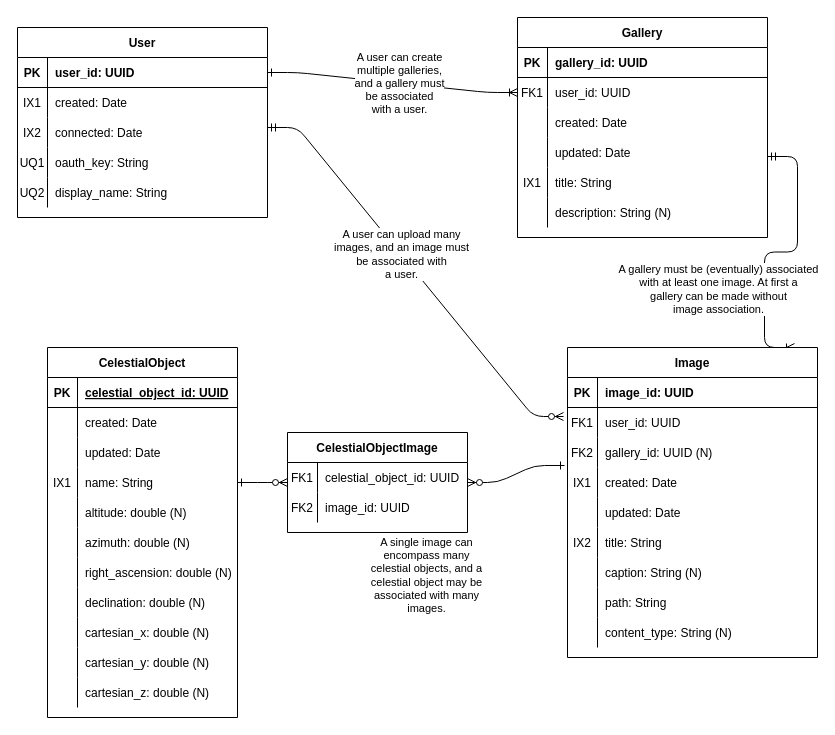
The draw.io diagram docs/work/erd.drawio in north-star-sharing/north-star-sharing.github.io, before the edit. Source tidied: cells renumbered, new cells numbered last; positions are measured from the earlier drawing's top-left corner, leaving out a move shared by most shapes. Both pictures are drawn from the tidied source at 100%, with x=0, y=0 at pixel (17, 17).
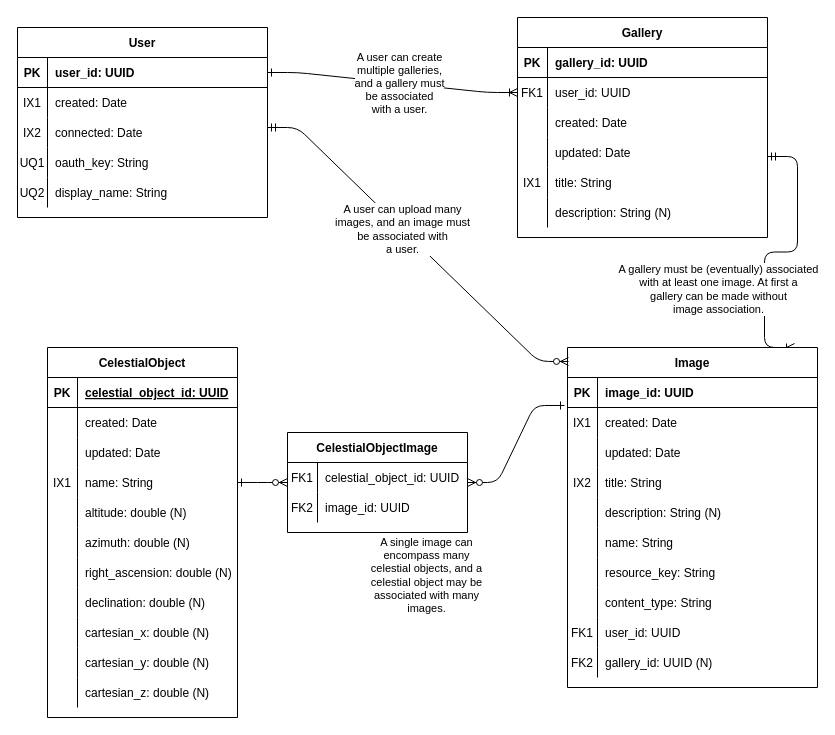
The same diagram, later.

What changed in the source:
```diff
@@
     <mxCell id="25" value="Image" style="shape=table;startSize=30;childLayout=tableLayout;rowLines=0;fontStyle=1;align=center;" parent="1" vertex="1">
-      <mxGeometry x="550" y="330" width="250" height="310" as="geometry" />
+      <mxGeometry x="550" y="330" width="250" height="340" as="geometry" />
     </mxCell>
@@
-    <mxCell id="29" style="shape=partialRectangle;fillColor=none;points=[[0,0.5],[1,0.5]];portConstraint=eastwest;top=0;left=0;right=0;bottom=0;" parent="25" vertex="1">
-      <mxGeometry y="60" width="250" height="30" as="geometry" />
-    </mxCell>
-    <mxCell id="30" value="FK1" style="shape=partialRectangle;overflow=hidden;fillColor=none;top=0;left=0;bottom=0;right=0;" parent="29" vertex="1">
-      <mxGeometry width="30" height="30" as="geometry" />
-    </mxCell>
-    <mxCell id="31" value="user_id: UUID" style="shape=partialRectangle;overflow=hidden;fillColor=none;top=0;left=0;bottom=0;right=0;align=left;spacingLeft=6;" parent="29" vertex="1">
-      <mxGeometry x="30" width="220" height="30" as="geometry" />
-    </mxCell>
-    <mxCell id="32" style="shape=partialRectangle;fillColor=none;top=0;left=0;right=0;bottom=0;" parent="25" vertex="1">
-      <mxGeometry y="90" width="250" height="30" as="geometry" />
-    </mxCell>
-    <mxCell id="33" value="FK2" style="shape=partialRectangle;overflow=hidden;fillColor=none;top=0;left=0;bottom=0;right=0;" parent="32" vertex="1">
-      <mxGeometry width="30" height="30" as="geometry" />
-    </mxCell>
-    <mxCell id="34" value="gallery_id: UUID (N)" style="shape=partialRectangle;overflow=hidden;fillColor=none;top=0;left=0;bottom=0;right=0;align=left;spacingLeft=6;" parent="32" vertex="1">
-      <mxGeometry x="30" width="220" height="30" as="geometry" />
-    </mxCell>
     <mxCell id="35" style="shape=partialRectangle;fillColor=none;points=[[0,0.5],[1,0.5]];portConstraint=eastwest;top=0;left=0;right=0;bottom=0;" parent="25" vertex="1">
-      <mxGeometry y="120" width="250" height="30" as="geometry" />
+      <mxGeometry y="60" width="250" height="30" as="geometry" />
     </mxCell>
@@
     <mxCell id="38" style="shape=partialRectangle;fillColor=none;top=0;left=0;right=0;bottom=0;" parent="25" vertex="1">
-      <mxGeometry y="150" width="250" height="30" as="geometry" />
+      <mxGeometry y="90" width="250" height="30" as="geometry" />
     </mxCell>
@@
     <mxCell id="41" style="shape=partialRectangle;fillColor=none;top=0;left=0;right=0;bottom=0;" parent="25" vertex="1">
-      <mxGeometry y="180" width="250" height="30" as="geometry" />
+      <mxGeometry y="120" width="250" height="30" as="geometry" />
     </mxCell>
@@
     <mxCell id="44" style="shape=partialRectangle;fillColor=none;top=0;left=0;right=0;bottom=0;" parent="25" vertex="1">
-      <mxGeometry y="210" width="250" height="30" as="geometry" />
+      <mxGeometry y="150" width="250" height="30" as="geometry" />
     </mxCell>
@@
-    <mxCell id="46" value="caption: String (N)" style="shape=partialRectangle;overflow=hidden;fillColor=none;top=0;left=0;bottom=0;right=0;align=left;spacingLeft=6;" parent="44" vertex="1">
+    <mxCell id="46" value="description: String (N)" style="shape=partialRectangle;overflow=hidden;fillColor=none;top=0;left=0;bottom=0;right=0;align=left;spacingLeft=6;" parent="44" vertex="1">
       <mxGeometry x="30" width="220" height="30" as="geometry" />
     </mxCell>
     <mxCell id="47" style="shape=partialRectangle;fillColor=none;top=0;left=0;right=0;bottom=0;" parent="25" vertex="1">
-      <mxGeometry y="240" width="250" height="30" as="geometry" />
+      <mxGeometry y="180" width="250" height="30" as="geometry" />
     </mxCell>
@@
-    <mxCell id="49" value="path: String" style="shape=partialRectangle;overflow=hidden;fillColor=none;top=0;left=0;bottom=0;right=0;align=left;spacingLeft=6;" parent="47" vertex="1">
+    <mxCell id="49" value="name: String" style="shape=partialRectangle;overflow=hidden;fillColor=none;top=0;left=0;bottom=0;right=0;align=left;spacingLeft=6;" parent="47" vertex="1">
       <mxGeometry x="30" width="220" height="30" as="geometry" />
     </mxCell>
+    <mxCell id="115" style="shape=partialRectangle;fillColor=none;top=0;left=0;right=0;bottom=0;" parent="25" vertex="1">
+      <mxGeometry y="210" width="250" height="30" as="geometry" />
+    </mxCell>
+    <mxCell id="116" style="shape=partialRectangle;overflow=hidden;fillColor=none;top=0;left=0;bottom=0;right=0;" parent="115" vertex="1">
+      <mxGeometry width="30" height="30" as="geometry" />
+    </mxCell>
+    <mxCell id="117" value="resource_key: String" style="shape=partialRectangle;overflow=hidden;fillColor=none;top=0;left=0;bottom=0;right=0;align=left;spacingLeft=6;" parent="115" vertex="1">
+      <mxGeometry x="30" width="220" height="30" as="geometry" />
+    </mxCell>
     <mxCell id="50" style="shape=partialRectangle;fillColor=none;top=0;left=0;right=0;bottom=0;" parent="25" vertex="1">
-      <mxGeometry y="270" width="250" height="30" as="geometry" />
+      <mxGeometry y="240" width="250" height="30" as="geometry" />
     </mxCell>
@@
-    <mxCell id="52" value="content_type: String (N)" style="shape=partialRectangle;overflow=hidden;fillColor=none;top=0;left=0;bottom=0;right=0;align=left;spacingLeft=6;" parent="50" vertex="1">
+    <mxCell id="52" value="content_type: String" style="shape=partialRectangle;overflow=hidden;fillColor=none;top=0;left=0;bottom=0;right=0;align=left;spacingLeft=6;" parent="50" vertex="1">
       <mxGeometry x="30" width="220" height="30" as="geometry" />
     </mxCell>
+    <mxCell id="29" style="shape=partialRectangle;fillColor=none;points=[[0,0.5],[1,0.5]];portConstraint=eastwest;top=0;left=0;right=0;bottom=0;" parent="25" vertex="1">
+      <mxGeometry y="270" width="250" height="30" as="geometry" />
+    </mxCell>
+    <mxCell id="30" value="FK1" style="shape=partialRectangle;overflow=hidden;fillColor=none;top=0;left=0;bottom=0;right=0;" parent="29" vertex="1">
+      <mxGeometry width="30" height="30" as="geometry" />
+    </mxCell>
+    <mxCell id="31" value="user_id: UUID" style="shape=partialRectangle;overflow=hidden;fillColor=none;top=0;left=0;bottom=0;right=0;align=left;spacingLeft=6;" parent="29" vertex="1">
+      <mxGeometry x="30" width="220" height="30" as="geometry" />
+    </mxCell>
+    <mxCell id="32" style="shape=partialRectangle;fillColor=none;top=0;left=0;right=0;bottom=0;" parent="25" vertex="1">
+      <mxGeometry y="300" width="250" height="30" as="geometry" />
+    </mxCell>
+    <mxCell id="33" value="FK2" style="shape=partialRectangle;overflow=hidden;fillColor=none;top=0;left=0;bottom=0;right=0;" parent="32" vertex="1">
+      <mxGeometry width="30" height="30" as="geometry" />
+    </mxCell>
+    <mxCell id="34" value="gallery_id: UUID (N)" style="shape=partialRectangle;overflow=hidden;fillColor=none;top=0;left=0;bottom=0;right=0;align=left;spacingLeft=6;" parent="32" vertex="1">
+      <mxGeometry x="30" width="220" height="30" as="geometry" />
+    </mxCell>
@@
-    <mxCell id="69" style="edgeStyle=entityRelationEdgeStyle;fontSize=12;html=1;endArrow=ERzeroToMany;startArrow=ERmandOne;entryX=-0.016;entryY=0.3;entryDx=0;entryDy=0;entryPerimeter=0;" parent="1" edge="1" target="29">
+    <mxCell id="69" style="edgeStyle=entityRelationEdgeStyle;fontSize=12;html=1;endArrow=ERzeroToMany;startArrow=ERmandOne;entryX=0.004;entryY=0.041;entryDx=0;entryDy=0;entryPerimeter=0;" parent="1" edge="1" target="25">
       <mxGeometry relative="1" as="geometry">
         <mxPoint x="250" y="110" as="sourcePoint" />
       </mxGeometry>
     </mxCell>
```
